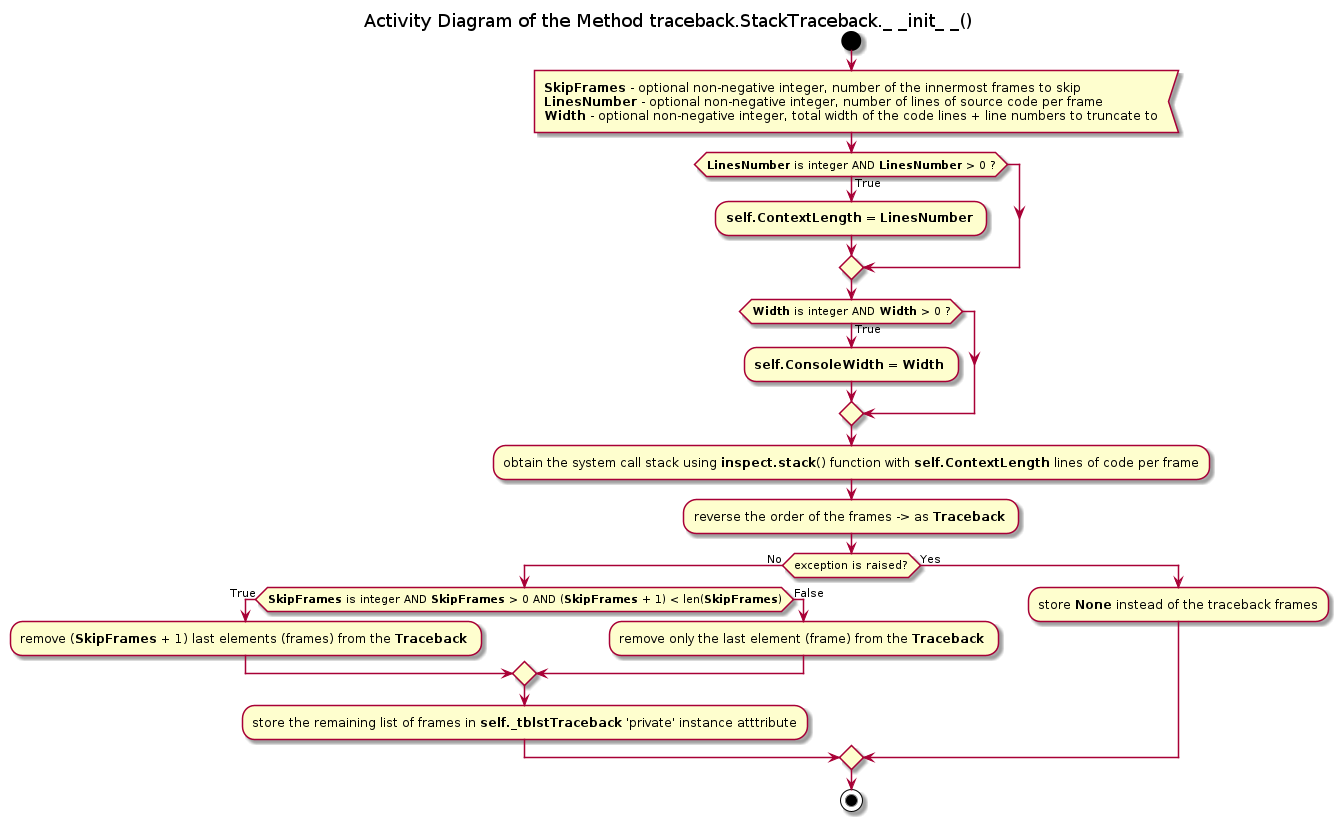
Earlier version of the PlantUML export Documentation/UML/traceback/traceback_stacktraceback_init.png (FooBarShebang/introspection_lib). Its diagram source:
```plantuml
@startuml traceback_stacktraceback_init

title Activity Diagram of the Method traceback.StackTraceback._ _init_ _()

start

:<b>SkipFrames</b> - optional non-negative integer, number of the innermost frames to skip
<b>LinesNumber</b> - optional non-negative integer, number of lines of source code per frame
<b>Width</b> - optional non-negative integer, total width of the code lines + line numbers to truncate to<

if (<b>LinesNumber</b> is integer AND <b>LinesNumber</b> > 0 ?) then (True)
    :<b>self.ContextLength</b> = <b>LinesNumber</b> ;
endif

if (<b>Width</b> is integer AND <b>Width</b> > 0 ?) then (True)
    :<b>self.ConsoleWidth</b> = <b>Width</b> ;
endif

:obtain the system call stack using <b>inspect.stack</b>() function with <b>self.ContextLength</b> lines of code per frame;

:reverse the order of the frames -> as <b>Traceback</b> ;

if (exception is raised?) then (No)
    if (<b>SkipFrames</b> is integer AND <b>SkipFrames</b> > 0 AND (<b>SkipFrames</b> + 1) < len(<b>SkipFrames</b>)) then (True)
        :remove (<b>SkipFrames</b> + 1) last elements (frames) from the <b>Traceback</b> ;
    else (False)
        :remove only the last element (frame) from the <b>Traceback</b> ;
    endif

    :store the remaining list of frames in <b>self._tblstTraceback</b> 'private' instance atttribute;
else (Yes)
    :store <b>None</b> instead of the traceback frames;
endif

stop

@enduml
```
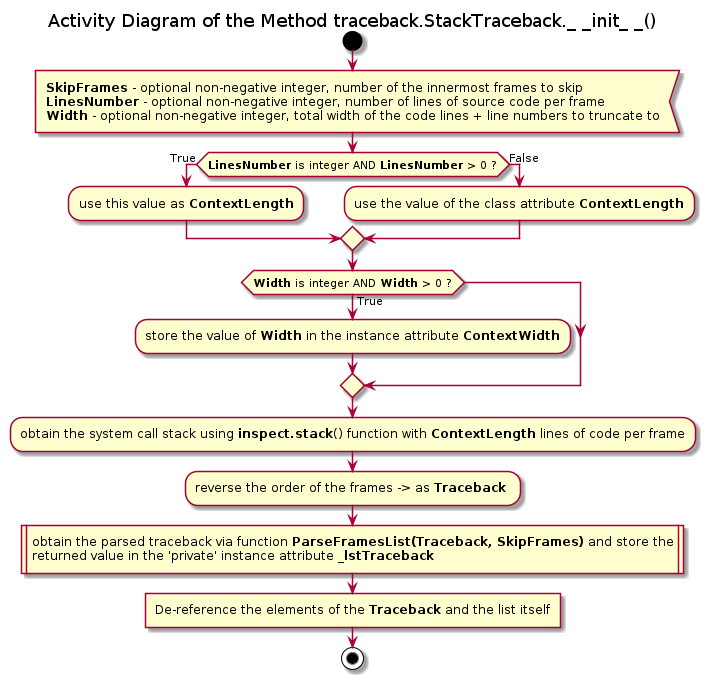
The same file after the commit.

The edit, as a diff of the source:
```diff
@@ -9,28 +9,22 @@
 <b>Width</b> - optional non-negative integer, total width of the code lines + line numbers to truncate to<
 
 if (<b>LinesNumber</b> is integer AND <b>LinesNumber</b> > 0 ?) then (True)
-    :<b>self.ContextLength</b> = <b>LinesNumber</b> ;
+    :use this value as <b>ContextLength</b>;
+else (False)
+    :use the value of the class attribute <b>ContextLength</b>;
 endif
 
 if (<b>Width</b> is integer AND <b>Width</b> > 0 ?) then (True)
-    :<b>self.ConsoleWidth</b> = <b>Width</b> ;
+    :store the value of <b>Width</b> in the instance attribute <b>ContextWidth</b>;
 endif
 
-:obtain the system call stack using <b>inspect.stack</b>() function with <b>self.ContextLength</b> lines of code per frame;
+:obtain the system call stack using <b>inspect.stack</b>() function with <b>ContextLength</b> lines of code per frame;
 
 :reverse the order of the frames -> as <b>Traceback</b> ;
 
-if (exception is raised?) then (No)
-    if (<b>SkipFrames</b> is integer AND <b>SkipFrames</b> > 0 AND (<b>SkipFrames</b> + 1) < len(<b>SkipFrames</b>)) then (True)
-        :remove (<b>SkipFrames</b> + 1) last elements (frames) from the <b>Traceback</b> ;
-    else (False)
-        :remove only the last element (frame) from the <b>Traceback</b> ;
-    endif
+:obtain the parsed traceback via function <b>ParseFramesList(Traceback, SkipFrames)</b> and store the\nreturned value in the 'private' instance attribute <b>_lstTraceback</b>|
 
-    :store the remaining list of frames in <b>self._tblstTraceback</b> 'private' instance atttribute;
-else (Yes)
-    :store <b>None</b> instead of the traceback frames;
-endif
+:De-reference the elements of the <b>Traceback</b> and the list itself]
 
 stop
 
```
